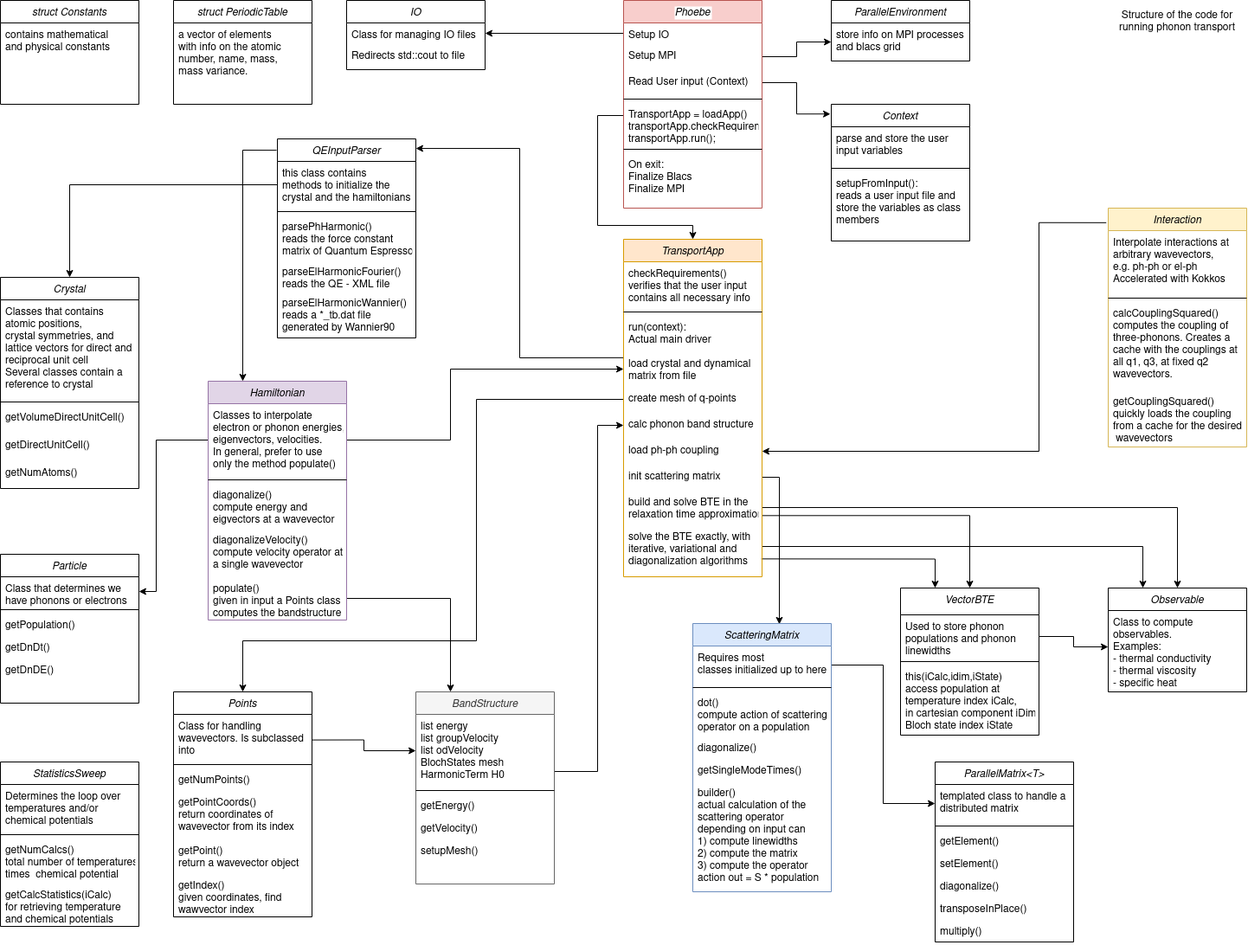
mir-group/phoebe keeps this draw.io diagram as doc/images/TransportCode.png. Above is the earlier version. Source tidied: cells renumbered, new cells last; positions are measured from the earlier drawing's top-left corner, leaving out a move shared by most shapes.
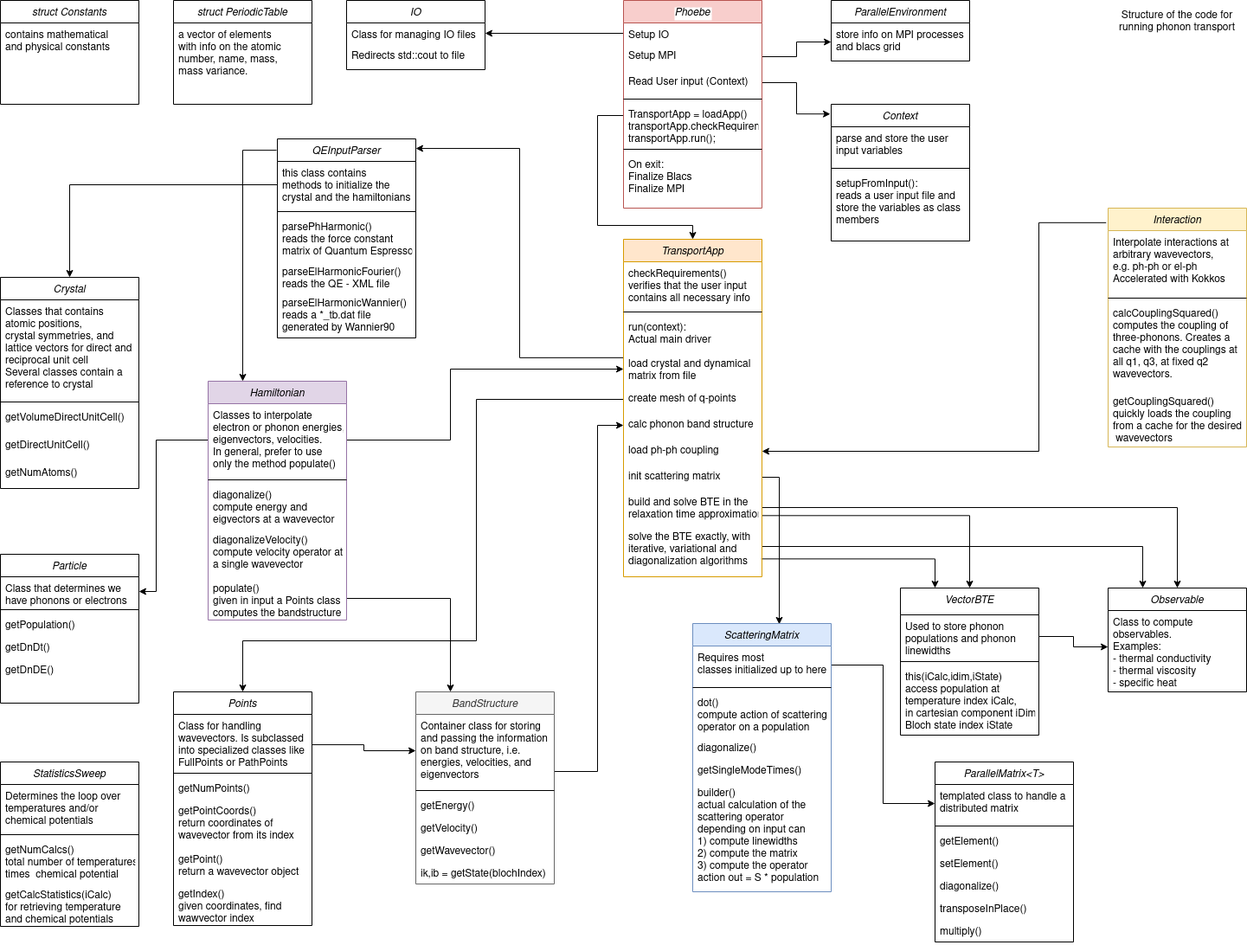
Later version of the same file.

Commit message:
Updated code scheme.

The edit, as a diff of the source:
```diff
@@ -273,7 +273,7 @@
     <mxCell id="80" value="BandStructure" style="swimlane;fontStyle=2;align=center;verticalAlign=top;horizontal=1;startSize=26;rounded=0;shadow=0;strokeWidth=1;fillColor=#f5f5f5;strokeColor=#666666;fontColor=#333333;" parent="1" vertex="1">
       <mxGeometry x="480" y="799" width="160" height="222" as="geometry" />
     </mxCell>
-    <mxCell id="81" value="list energy&#10;list groupVelocity&#10;list odVelocity&#10;BlochStates mesh&#10;HarmonicTerm H0&#10;&#10;" style="text;align=left;verticalAlign=top;spacingLeft=4;spacingRight=4;overflow=hidden;points=[[0,0.5],[1,0.5]];portConstraint=eastwest;" parent="80" vertex="1">
+    <mxCell id="81" value="Container class for storing&#10;and passing the information &#10;on band structure, i.e. &#10;energies, velocities, and&#10;eigenvectors" style="text;align=left;verticalAlign=top;spacingLeft=4;spacingRight=4;overflow=hidden;points=[[0,0.5],[1,0.5]];portConstraint=eastwest;" parent="80" vertex="1">
       <mxGeometry y="26" width="160" height="84" as="geometry" />
     </mxCell>
     <mxCell id="82" style="line;html=1;strokeWidth=1;align=left;verticalAlign=middle;spacingTop=-1;spacingLeft=3;spacingRight=3;labelPosition=right;" parent="80" vertex="1">
@@ -285,29 +285,32 @@
     <mxCell id="84" value="getVelocity()" style="text;align=left;verticalAlign=top;spacingLeft=4;spacingRight=4;overflow=hidden;" parent="80" vertex="1">
       <mxGeometry y="144" width="160" height="26" as="geometry" />
     </mxCell>
-    <mxCell id="85" value="setupMesh()" style="text;align=left;verticalAlign=top;spacingLeft=4;spacingRight=4;overflow=hidden;" parent="80" vertex="1">
+    <mxCell id="85" value="getWavevector()" style="text;align=left;verticalAlign=top;spacingLeft=4;spacingRight=4;overflow=hidden;" parent="80" vertex="1">
       <mxGeometry y="170" width="160" height="26" as="geometry" />
     </mxCell>
+    <mxCell id="124" value="ik,ib = getState(blochIndex)" style="text;align=left;verticalAlign=top;spacingLeft=4;spacingRight=4;overflow=hidden;" parent="80" vertex="1">
+      <mxGeometry y="196" width="160" height="26" as="geometry" />
+    </mxCell>
     <mxCell id="86" value="Points" style="swimlane;fontStyle=2;align=center;verticalAlign=top;horizontal=1;startSize=26;rounded=0;shadow=0;strokeWidth=1;" parent="1" vertex="1">
-      <mxGeometry x="200" y="799" width="160" height="260" as="geometry" />
+      <mxGeometry x="200" y="799" width="160" height="270" as="geometry" />
     </mxCell>
-    <mxCell id="87" value="Class for handling &#10;wavevectors. Is subclassed&#10;into " style="text;align=left;verticalAlign=top;spacingLeft=4;spacingRight=4;overflow=hidden;points=[[0,0.5],[1,0.5]];portConstraint=eastwest;" parent="86" vertex="1">
-      <mxGeometry y="26" width="160" height="54" as="geometry" />
+    <mxCell id="87" value="Class for handling &#10;wavevectors. Is subclassed&#10;into specialized classes like &#10;FullPoints or PathPoints" style="text;align=left;verticalAlign=top;spacingLeft=4;spacingRight=4;overflow=hidden;points=[[0,0.5],[1,0.5]];portConstraint=eastwest;" parent="86" vertex="1">
+      <mxGeometry y="26" width="160" height="64" as="geometry" />
     </mxCell>
     <mxCell id="88" style="line;html=1;strokeWidth=1;align=left;verticalAlign=middle;spacingTop=-1;spacingLeft=3;spacingRight=3;labelPosition=right;" parent="86" vertex="1">
-      <mxGeometry y="80" width="160" height="8" as="geometry" />
+      <mxGeometry y="90" width="160" height="8" as="geometry" />
     </mxCell>
     <mxCell id="89" value="getNumPoints()&#10;" style="text;align=left;verticalAlign=top;spacingLeft=4;spacingRight=4;overflow=hidden;" parent="86" vertex="1">
-      <mxGeometry y="88" width="160" height="26" as="geometry" />
+      <mxGeometry y="98" width="160" height="26" as="geometry" />
     </mxCell>
     <mxCell id="90" value="getPointCoords()&#10;return coordinates of &#10;wavevector from its index" style="text;align=left;verticalAlign=top;spacingLeft=4;spacingRight=4;overflow=hidden;" parent="86" vertex="1">
-      <mxGeometry y="114" width="160" height="56" as="geometry" />
+      <mxGeometry y="124" width="160" height="56" as="geometry" />
     </mxCell>
     <mxCell id="91" value="getPoint()&#10;return a wavevector object" style="text;align=left;verticalAlign=top;spacingLeft=4;spacingRight=4;overflow=hidden;" parent="86" vertex="1">
-      <mxGeometry y="170" width="160" height="40" as="geometry" />
+      <mxGeometry y="180" width="160" height="40" as="geometry" />
     </mxCell>
     <mxCell id="92" value="getIndex()&#10;given coordinates, find &#10;wawvector index&#10;" style="text;align=left;verticalAlign=top;spacingLeft=4;spacingRight=4;overflow=hidden;" parent="86" vertex="1">
-      <mxGeometry y="210" width="160" height="50" as="geometry" />
+      <mxGeometry y="220" width="160" height="50" as="geometry" />
     </mxCell>
     <mxCell id="93" style="edgeStyle=orthogonalEdgeStyle;rounded=0;jettySize=auto;html=1;" parent="1" edge="1" source="108" target="34">
       <mxGeometry relative="1" as="geometry">
```
